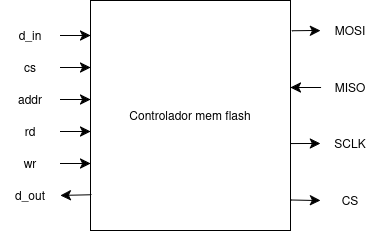
Earlier version of the draw.io export cores/spi_flash/diagramas/Diagrama_entradas_salidas.png (KUBIX2026/spi_flash_ctrl). Source tidied: cells renumbered, new cells last; positions are measured from the earlier drawing's top-left corner, leaving out a move shared by most shapes.
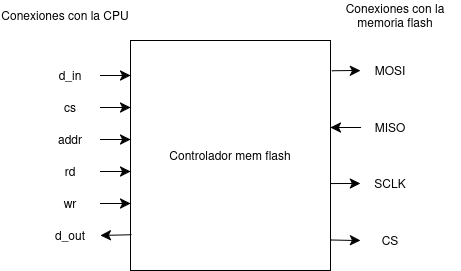
Above is the later version.

Commit message:
se actualiza el diagrama de entradas y salidas, hacian falta 2 textos, nada mas

Change to the diagram source:
```diff
@@ -71,5 +71,11 @@
     <mxCell id="24" style="edgeStyle=orthogonalEdgeStyle;curved=1;rounded=0;curveGeometry=1;jettySize=auto;html=1;exitX=0;exitY=0.5;exitDx=0;exitDy=0;entryX=0.999;entryY=0.378;entryDx=0;entryDy=0;entryPerimeter=0;fontFamily=Helvetica;fontSize=12;fontColor=default;startSize=8;endSize=8;" parent="1" edge="1" source="8" target="5">
       <mxGeometry x="-0.07" relative="1" as="geometry" />
     </mxCell>
+    <mxCell id="25" value="Conexiones con la CPU" style="text;html=1;whiteSpace=wrap;strokeColor=none;fillColor=none;align=center;verticalAlign=middle;rounded=0;" parent="1" vertex="1">
+      <mxGeometry x="-40" y="-40" width="130" height="30" as="geometry" />
+    </mxCell>
+    <mxCell id="26" value="Conexiones con la memoria flash" style="text;html=1;whiteSpace=wrap;strokeColor=none;fillColor=none;align=center;verticalAlign=middle;rounded=0;" parent="1" vertex="1">
+      <mxGeometry x="290" y="-40" width="130" height="30" as="geometry" />
+    </mxCell>
   </root>
 </mxGraphModel>
```
